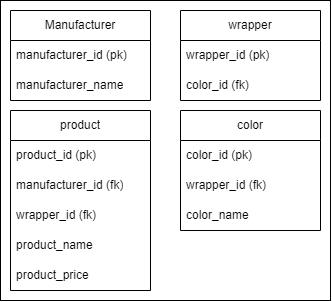
solidus66/BD_confectionery keeps this draw.io diagram as er-diagram.png. Above is the earlier version. Source tidied: cells renumbered, new cells last; positions are measured from the earlier drawing's top-left corner, leaving out a move shared by most shapes.
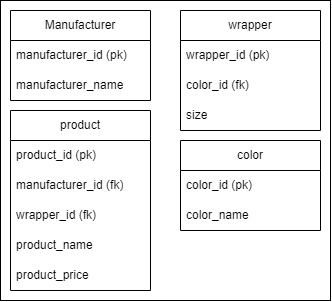
After the commit.

Change to the diagram source:
```diff
@@ -33,7 +33,7 @@
       <mxGeometry y="60" width="140" height="30" as="geometry" />
     </mxCell>
     <mxCell id="12" value="wrapper" style="swimlane;fontStyle=0;horizontal=1;startSize=30;whiteSpace=wrap;html=1;" parent="1" vertex="1">
-      <mxGeometry x="180" y="10" width="140" height="90" as="geometry" />
+      <mxGeometry x="180" y="10" width="140" height="120" as="geometry" />
     </mxCell>
     <mxCell id="13" value="wrapper_id (pk)" style="text;strokeColor=none;fillColor=none;align=left;verticalAlign=middle;spacingLeft=4;spacingRight=4;overflow=hidden;whiteSpace=wrap;html=1;" parent="12" vertex="1">
       <mxGeometry y="30" width="140" height="30" as="geometry" />
@@ -41,17 +41,17 @@
     <mxCell id="14" value="color_id (fk)" style="text;strokeColor=none;fillColor=none;align=left;verticalAlign=middle;spacingLeft=4;spacingRight=4;overflow=hidden;whiteSpace=wrap;html=1;" parent="12" vertex="1">
       <mxGeometry y="60" width="140" height="30" as="geometry" />
     </mxCell>
+    <mxCell id="19" value="size" style="text;strokeColor=none;fillColor=none;align=left;verticalAlign=middle;spacingLeft=4;spacingRight=4;overflow=hidden;whiteSpace=wrap;html=1;" parent="12" vertex="1">
+      <mxGeometry y="90" width="140" height="30" as="geometry" />
+    </mxCell>
     <mxCell id="15" value="color" style="swimlane;fontStyle=0;horizontal=1;startSize=30;whiteSpace=wrap;html=1;" parent="1" vertex="1">
-      <mxGeometry x="180" y="110" width="140" height="120" as="geometry" />
+      <mxGeometry x="180" y="140" width="140" height="90" as="geometry" />
     </mxCell>
     <mxCell id="16" value="color_id (pk)" style="text;strokeColor=none;fillColor=none;align=left;verticalAlign=middle;spacingLeft=4;spacingRight=4;overflow=hidden;whiteSpace=wrap;html=1;" parent="15" vertex="1">
       <mxGeometry y="30" width="140" height="30" as="geometry" />
     </mxCell>
-    <mxCell id="17" value="wrapper_id (fk)" style="text;strokeColor=none;fillColor=none;align=left;verticalAlign=middle;spacingLeft=4;spacingRight=4;overflow=hidden;whiteSpace=wrap;html=1;" parent="15" vertex="1">
-      <mxGeometry y="60" width="140" height="30" as="geometry" />
-    </mxCell>
     <mxCell id="18" value="color_name" style="text;strokeColor=none;fillColor=none;align=left;verticalAlign=middle;spacingLeft=4;spacingRight=4;overflow=hidden;whiteSpace=wrap;html=1;" parent="15" vertex="1">
-      <mxGeometry y="90" width="140" height="30" as="geometry" />
+      <mxGeometry y="60" width="140" height="30" as="geometry" />
     </mxCell>
   </root>
 </mxGraphModel>
```
